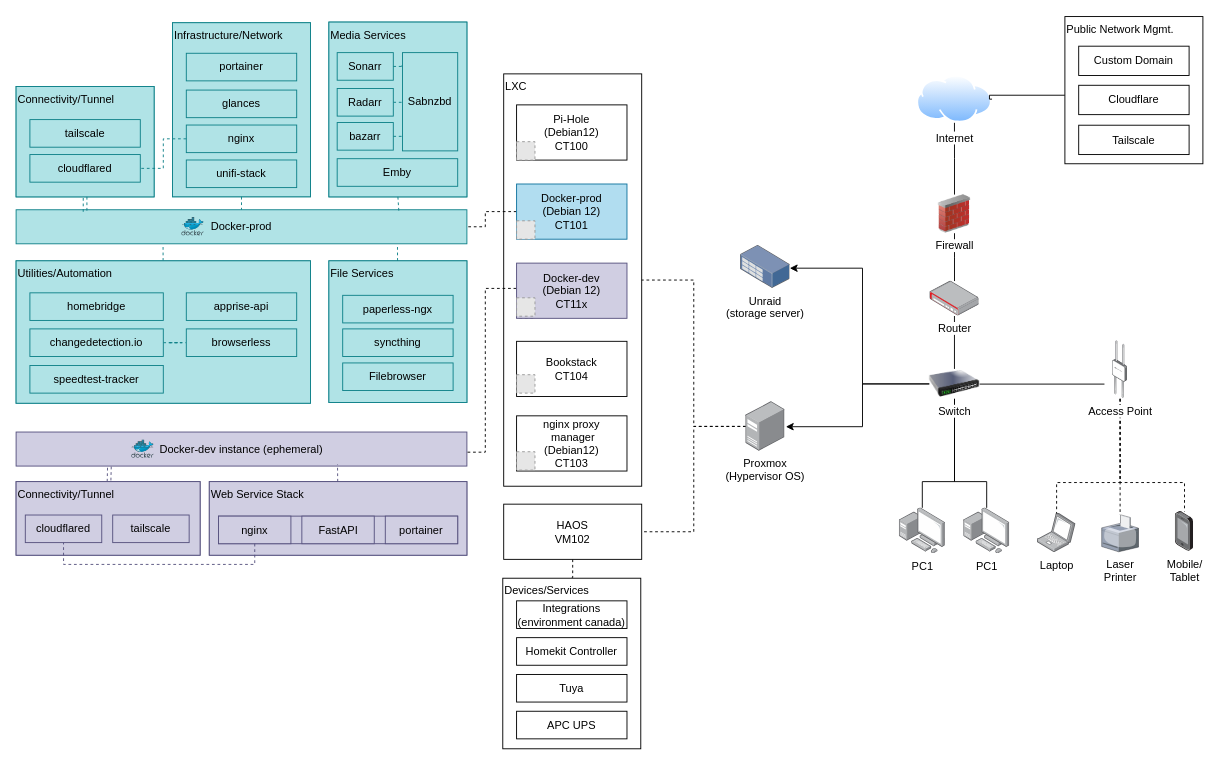
This is 92king_homelab.drawio from danieljai/homelab, a draw.io file, before an edit. Source tidied: cells renumbered, new cells numbered last; positions are measured from the earlier drawing's top-left corner, leaving out a move shared by most shapes. Both pictures are drawn from the tidied source at 92%, with x=0, y=0 at pixel (16, 16). Pictures stored in the file or linked from it are replaced by grey dashed boxes.
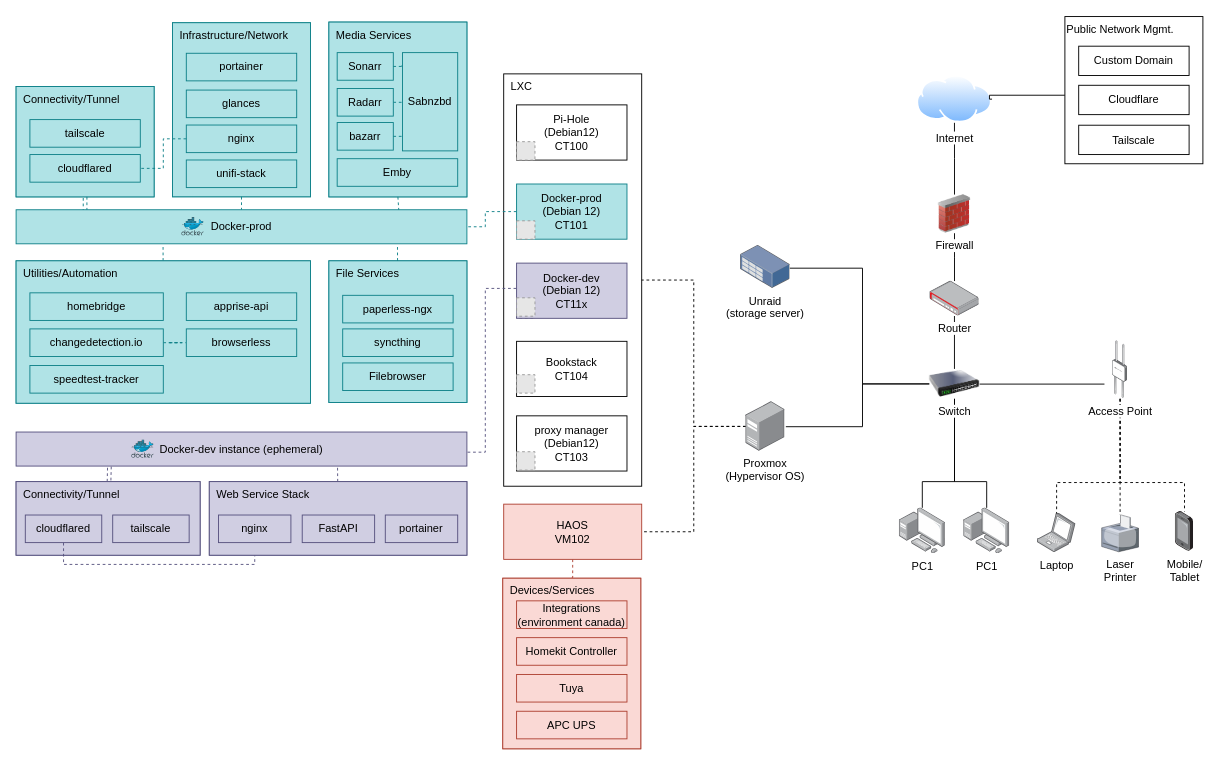
Above is the later version.

Unchanged cells that the change refers to:
```xml
<mxCell id="18" value="Switch" style="image;html=1;image=img/lib/clip_art/networking/Switch_128x128.png;" parent="1" vertex="1">
  <mxGeometry x="992.6" y="383.5" width="54.7" height="32.5" as="geometry" />
</mxCell>
<mxCell id="40" value="Proxmox&lt;div&gt;(Hypervisor OS)&lt;/div&gt;" style="image;points=[];html=1;align=center;shadow=0;dashed=0;image=img/lib/allied_telesis/computer_and_terminals/Server_Desktop.svg;" parent="1" vertex="1">
  <mxGeometry x="793.1" y="419" width="42.6" height="54" as="geometry" />
</mxCell>
<mxCell id="41" value="Unraid&lt;div&gt;(storage server)&lt;/div&gt;" style="image;points=[];html=1;align=center;shadow=0;dashed=0;image=img/lib/allied_telesis/storage/Datacenter_Server_Rack_Storage_Unit_Small.svg;" parent="1" vertex="1">
  <mxGeometry x="787.4" y="249.2" width="53.9" height="46.8" as="geometry" />
</mxCell>
<mxCell id="75" style="group;fillColor=#b0e3e6;strokeColor=#0e8088;" parent="1" vertex="1">
  <mxGeometry y="266" width="320" height="154.8" as="geometry" />
</mxCell>
<mxCell id="96" style="group;fillColor=#d0cee2;strokeColor=#56517e;" parent="1" vertex="1">
  <mxGeometry y="506" width="200" height="80" as="geometry" />
</mxCell>
```

Change to the diagram source:
```diff
@@
-    <mxCell id="2" value="LXC" style="rounded=0;whiteSpace=wrap;html=1;align=left;verticalAlign=top;" parent="1" vertex="1">
+    <mxCell id="2" value="LXC" style="rounded=0;whiteSpace=wrap;html=1;align=left;verticalAlign=top;spacingLeft=6;" parent="1" vertex="1">
       <mxGeometry x="530" y="62.8" width="150" height="448.2" as="geometry" />
     </mxCell>
-    <mxCell id="3" style="edgeStyle=orthogonalEdgeStyle;rounded=0;jettySize=auto;html=1;endArrow=none;startFill=0;dashed=1;exitX=0;exitY=0.5;exitDx=0;exitDy=0;" parent="1" edge="1" source="4" target="54">
+    <mxCell id="3" style="edgeStyle=orthogonalEdgeStyle;rounded=0;jettySize=auto;html=1;endArrow=none;startFill=0;dashed=1;exitX=0;exitY=0.5;exitDx=0;exitDy=0;fillColor=#b0e3e6;strokeColor=#0e8088;" parent="1" edge="1" source="4" target="54">
       <mxGeometry relative="1" as="geometry">
         <Array as="points">
           <mxPoint x="510" y="213" />
           <mxPoint x="510" y="229" />
         </Array>
       </mxGeometry>
     </mxCell>
-    <mxCell id="4" value="Docker-prod&lt;div&gt;(Debian 12)&lt;br&gt;&lt;div&gt;&lt;div&gt;CT101&lt;/div&gt;&lt;/div&gt;&lt;/div&gt;" style="rounded=0;whiteSpace=wrap;html=1;fillColor=#b1ddf0;strokeColor=#10739e;" parent="1" vertex="1">
+    <mxCell id="4" value="Docker-prod&lt;div&gt;(Debian 12)&lt;br&gt;&lt;div&gt;&lt;div&gt;CT101&lt;/div&gt;&lt;/div&gt;&lt;/div&gt;" style="rounded=0;whiteSpace=wrap;html=1;fillColor=#b0e3e6;strokeColor=#0e8088;" parent="1" vertex="1">
       <mxGeometry x="544" y="182.5" width="120" height="60" as="geometry" />
     </mxCell>
-    <mxCell id="5" style="edgeStyle=orthogonalEdgeStyle;rounded=0;jettySize=auto;html=1;entryX=0.5;entryY=0;entryDx=0;entryDy=0;endArrow=none;startFill=0;dashed=1;" parent="1" edge="1" source="6" target="43">
+    <mxCell id="5" style="edgeStyle=orthogonalEdgeStyle;rounded=0;jettySize=auto;html=1;entryX=0.5;entryY=0;entryDx=0;entryDy=0;endArrow=none;startFill=0;dashed=1;fillColor=#fad9d5;strokeColor=#ae4132;" parent="1" edge="1" source="6" target="43">
       <mxGeometry relative="1" as="geometry" />
     </mxCell>
-    <mxCell id="6" value="HAOS&lt;div&gt;VM102&lt;/div&gt;" style="rounded=0;whiteSpace=wrap;html=1;" parent="1" vertex="1">
+    <mxCell id="6" value="HAOS&lt;div&gt;VM102&lt;/div&gt;" style="rounded=0;whiteSpace=wrap;html=1;fillColor=#fad9d5;strokeColor=#ae4132;" parent="1" vertex="1">
       <mxGeometry x="530" y="530.5" width="150" height="60" as="geometry" />
     </mxCell>
@@
-    <mxCell id="9" value="nginx proxy&lt;br&gt;&amp;nbsp;manager&lt;div&gt;(Debian12)&lt;br&gt;&lt;div&gt;CT103&lt;/div&gt;&lt;/div&gt;" style="rounded=0;whiteSpace=wrap;html=1;" parent="1" vertex="1">
+    <mxCell id="9" value="proxy&amp;nbsp;manager&lt;div&gt;(Debian12)&lt;br&gt;&lt;div&gt;CT103&lt;/div&gt;&lt;/div&gt;" style="rounded=0;whiteSpace=wrap;html=1;" parent="1" vertex="1">
       <mxGeometry x="544" y="434.5" width="120" height="60" as="geometry" />
     </mxCell>
@@
-    <mxCell id="21" style="group;fillColor=#b0e3e6;strokeColor=#0e8088;" parent="1" vertex="1">
+    <mxCell id="21" style="group;fillColor=#b0e3e6;strokeColor=#0e8088;spacingLeft=6;" parent="1" vertex="1">
       <mxGeometry x="170" y="7.2" width="150" height="189.2" as="geometry" />
     </mxCell>
-    <mxCell id="22" value="Infrastructure/Network" style="rounded=0;whiteSpace=wrap;html=1;align=left;verticalAlign=top;fillColor=#b0e3e6;strokeColor=#0e8088;" parent="21" vertex="1">
+    <mxCell id="22" value="Infrastructure/Network" style="rounded=0;whiteSpace=wrap;html=1;align=left;verticalAlign=top;fillColor=#b0e3e6;strokeColor=#0e8088;spacingLeft=6;" parent="21" vertex="1">
       <mxGeometry width="150" height="189.2" as="geometry" />
     </mxCell>
@@
-    <mxCell id="27" style="group;fillColor=#b0e3e6;strokeColor=#0e8088;" parent="1" vertex="1">
+    <mxCell id="27" style="group;fillColor=#b0e3e6;strokeColor=#0e8088;spacingLeft=6;" parent="1" vertex="1">
       <mxGeometry y="76.5" width="150" height="120" as="geometry" />
     </mxCell>
-    <mxCell id="28" value="Connectivity/Tunnel" style="rounded=0;whiteSpace=wrap;html=1;align=left;verticalAlign=top;fillColor=#b0e3e6;strokeColor=#0e8088;" parent="27" vertex="1">
+    <mxCell id="28" value="Connectivity/Tunnel" style="rounded=0;whiteSpace=wrap;html=1;align=left;verticalAlign=top;fillColor=#b0e3e6;strokeColor=#0e8088;spacingLeft=6;" parent="27" vertex="1">
       <mxGeometry width="150" height="120" as="geometry" />
     </mxCell>
@@
-    <mxCell id="42" style="group;" parent="1" vertex="1">
+    <mxCell id="42" style="group;fillColor=#fad9d5;strokeColor=#ae4132;" parent="1" vertex="1">
       <mxGeometry x="529" y="611" width="150" height="185.4" as="geometry" />
     </mxCell>
-    <mxCell id="43" value="Devices/Services" style="rounded=0;whiteSpace=wrap;html=1;align=left;verticalAlign=top;" parent="42" vertex="1">
+    <mxCell id="43" value="Devices/Services" style="rounded=0;whiteSpace=wrap;html=1;align=left;verticalAlign=top;fillColor=#fad9d5;strokeColor=#ae4132;spacingLeft=6;" parent="42" vertex="1">
       <mxGeometry width="150" height="185.4" as="geometry" />
     </mxCell>
-    <mxCell id="44" value="APC UPS" style="rounded=0;whiteSpace=wrap;html=1;" parent="42" vertex="1">
+    <mxCell id="44" value="APC UPS" style="rounded=0;whiteSpace=wrap;html=1;fillColor=#fad9d5;strokeColor=#ae4132;" parent="42" vertex="1">
       <mxGeometry x="15" y="144.6" width="120" height="30" as="geometry" />
     </mxCell>
-    <mxCell id="45" value="Tuya" style="rounded=0;whiteSpace=wrap;html=1;" parent="42" vertex="1">
+    <mxCell id="45" value="Tuya" style="rounded=0;whiteSpace=wrap;html=1;fillColor=#fad9d5;strokeColor=#ae4132;" parent="42" vertex="1">
       <mxGeometry x="15" y="104.6" width="120" height="30" as="geometry" />
     </mxCell>
-    <mxCell id="46" value="Homekit Controller" style="rounded=0;whiteSpace=wrap;html=1;" parent="42" vertex="1">
+    <mxCell id="46" value="Homekit Controller" style="rounded=0;whiteSpace=wrap;html=1;fillColor=#fad9d5;strokeColor=#ae4132;" parent="42" vertex="1">
       <mxGeometry x="15" y="64.6" width="120" height="30" as="geometry" />
     </mxCell>
-    <mxCell id="47" value="Integrations&lt;div&gt;(environment canada)&lt;/div&gt;" style="rounded=0;whiteSpace=wrap;html=1;" parent="42" vertex="1">
+    <mxCell id="47" value="Integrations&lt;div&gt;(environment canada)&lt;/div&gt;" style="rounded=0;whiteSpace=wrap;html=1;fillColor=#fad9d5;strokeColor=#ae4132;" parent="42" vertex="1">
       <mxGeometry x="15" y="24.6" width="120" height="30" as="geometry" />
     </mxCell>
@@
-    <mxCell id="54" value="Docker-prod" style="rounded=0;whiteSpace=wrap;html=1;fillColor=#b0e3e6;strokeColor=#0e8088;" parent="1" vertex="1">
-      <mxGeometry y="210.5" width="490" height="37" as="geometry" />
-    </mxCell>
-    <mxCell id="55" style="group;fillColor=#b0e3e6;strokeColor=#0e8088;" parent="1" vertex="1">
+    <mxCell id="55" style="group;fillColor=#b0e3e6;strokeColor=#0e8088;spacingLeft=6;" parent="1" vertex="1">
       <mxGeometry x="340" y="6.5" width="150" height="190" as="geometry" />
     </mxCell>
-    <mxCell id="56" value="Media Services" style="rounded=0;whiteSpace=wrap;html=1;align=left;verticalAlign=top;fillColor=#b0e3e6;strokeColor=#0e8088;" parent="55" vertex="1">
+    <mxCell id="56" value="Media Services" style="rounded=0;whiteSpace=wrap;html=1;align=left;verticalAlign=top;fillColor=#b0e3e6;strokeColor=#0e8088;spacingLeft=6;" parent="55" vertex="1">
       <mxGeometry width="150" height="190" as="geometry" />
     </mxCell>
@@
-    <mxCell id="65" style="group;fillColor=#b0e3e6;strokeColor=#0e8088;" parent="1" vertex="1">
+    <mxCell id="65" style="group;fillColor=#b0e3e6;strokeColor=#0e8088;spacingLeft=6;" parent="1" vertex="1">
       <mxGeometry x="340" y="266" width="150" height="154" as="geometry" />
     </mxCell>
-    <mxCell id="66" value="File Services" style="rounded=0;whiteSpace=wrap;html=1;align=left;verticalAlign=top;fillColor=#b0e3e6;strokeColor=#0e8088;" parent="65" vertex="1">
+    <mxCell id="66" value="File Services" style="rounded=0;whiteSpace=wrap;html=1;align=left;verticalAlign=top;fillColor=#b0e3e6;strokeColor=#0e8088;spacingLeft=6;" parent="65" vertex="1">
       <mxGeometry width="150" height="154" as="geometry" />
     </mxCell>
@@
-    <mxCell id="76" value="Utilities/Automation" style="rounded=0;whiteSpace=wrap;html=1;align=left;verticalAlign=top;fillColor=#b0e3e6;strokeColor=#0e8088;" parent="75" vertex="1">
+    <mxCell id="76" value="Utilities/Automation" style="rounded=0;whiteSpace=wrap;html=1;align=left;verticalAlign=top;fillColor=#b0e3e6;strokeColor=#0e8088;spacingLeft=6;" parent="75" vertex="1">
       <mxGeometry width="320" height="154.8" as="geometry" />
     </mxCell>
@@
-    <mxCell id="83" style="image;sketch=0;html=1;align=center;fontSize=12;image=img/lib/mscae/Docker.svg;fillColor=#b0e3e6;strokeColor=#0e8088;" parent="1" vertex="1">
-      <mxGeometry x="180" y="219" width="24.4" height="20" as="geometry" />
-    </mxCell>
-    <mxCell id="84" value="Docker-dev instance (ephemeral)" style="rounded=0;whiteSpace=wrap;html=1;fillColor=#d0cee2;strokeColor=#56517e;" parent="1" vertex="1">
-      <mxGeometry y="452.1" width="490" height="37" as="geometry" />
-    </mxCell>
-    <mxCell id="85" style="image;sketch=0;html=1;align=center;fontSize=12;image=img/lib/mscae/Docker.svg;fillColor=#d0cee2;strokeColor=#56517e;" parent="1" vertex="1">
-      <mxGeometry x="125.6" y="460.6" width="24.4" height="20" as="geometry" />
-    </mxCell>
-    <mxCell id="86" style="group;fillColor=#d0cee2;strokeColor=#56517e;" parent="1" vertex="1">
-      <mxGeometry x="210" y="506" width="280" height="80" as="geometry" />
-    </mxCell>
-    <mxCell id="87" value="Web Service Stack" style="rounded=0;whiteSpace=wrap;html=1;align=left;verticalAlign=top;fillColor=#d0cee2;strokeColor=#56517e;" parent="86" vertex="1">
-      <mxGeometry width="280" height="80" as="geometry" />
-    </mxCell>
-    <mxCell id="88" style="group;fillColor=#d0cee2;strokeColor=#56517e;" parent="86" vertex="1">
-      <mxGeometry x="10" y="37.5" width="260" height="30" as="geometry" />
-    </mxCell>
-    <mxCell id="89" value="nginx" style="rounded=0;whiteSpace=wrap;html=1;fillColor=#d0cee2;strokeColor=#56517e;" parent="88" vertex="1">
-      <mxGeometry width="78.7" height="30" as="geometry" />
-    </mxCell>
-    <mxCell id="90" value="FastAPI" style="rounded=0;whiteSpace=wrap;html=1;fillColor=#d0cee2;strokeColor=#56517e;" parent="88" vertex="1">
-      <mxGeometry x="90.6" width="78.7" height="30" as="geometry" />
-    </mxCell>
-    <mxCell id="91" value="portainer" style="rounded=0;whiteSpace=wrap;html=1;fillColor=#d0cee2;strokeColor=#56517e;" parent="88" vertex="1">
-      <mxGeometry x="181.3" width="78.7" height="30" as="geometry" />
-    </mxCell>
@@
-    <mxCell id="95" style="edgeStyle=orthogonalEdgeStyle;rounded=0;jettySize=auto;html=1;dashed=1;endArrow=none;startFill=0;exitX=0;exitY=0.5;exitDx=0;exitDy=0;" parent="1" edge="1" target="84">
+    <mxCell id="95" style="edgeStyle=orthogonalEdgeStyle;rounded=0;jettySize=auto;html=1;dashed=1;endArrow=none;startFill=0;exitX=0;exitY=0.5;exitDx=0;exitDy=0;fillColor=#d0cee2;strokeColor=#56517e;" parent="1" edge="1" target="84">
       <mxGeometry relative="1" as="geometry">
         <mxPoint x="553" y="298.7" as="sourcePoint" />
         <Array as="points">
           <mxPoint x="553" y="296" />
           <mxPoint x="510" y="296" />
           <mxPoint x="510" y="474" />
         </Array>
       </mxGeometry>
     </mxCell>
@@
-    <mxCell id="97" value="Connectivity/Tunnel" style="rounded=0;whiteSpace=wrap;html=1;align=left;verticalAlign=top;fillColor=#d0cee2;strokeColor=#56517e;" parent="96" vertex="1">
+    <mxCell id="97" value="Connectivity/Tunnel" style="rounded=0;whiteSpace=wrap;html=1;align=left;verticalAlign=top;fillColor=#d0cee2;strokeColor=#56517e;spacingLeft=6;" parent="96" vertex="1">
       <mxGeometry width="200" height="80" as="geometry" />
     </mxCell>
@@
-    <mxCell id="110" style="edgeStyle=orthogonalEdgeStyle;rounded=0;jettySize=auto;html=1;entryX=0.994;entryY=0.53;entryDx=0;entryDy=0;entryPerimeter=0;" parent="1" edge="1" source="18" target="41">
+    <mxCell id="110" style="edgeStyle=orthogonalEdgeStyle;rounded=0;jettySize=auto;html=1;entryX=0.994;entryY=0.53;entryDx=0;entryDy=0;entryPerimeter=0;endArrow=none;startFill=0;" parent="1" edge="1" source="18" target="41">
       <mxGeometry relative="1" as="geometry">
         <Array as="points">
           <mxPoint x="920" y="400" />
           <mxPoint x="920" y="274" />
         </Array>
       </mxGeometry>
     </mxCell>
-    <mxCell id="111" style="edgeStyle=orthogonalEdgeStyle;rounded=0;jettySize=auto;html=1;entryX=1.023;entryY=0.506;entryDx=0;entryDy=0;entryPerimeter=0;" parent="1" edge="1" source="18" target="40">
+    <mxCell id="111" style="edgeStyle=orthogonalEdgeStyle;rounded=0;jettySize=auto;html=1;entryX=1.023;entryY=0.506;entryDx=0;entryDy=0;entryPerimeter=0;endArrow=none;startFill=0;" parent="1" edge="1" source="18" target="40">
       <mxGeometry relative="1" as="geometry">
         <Array as="points">
           <mxPoint x="920" y="400" />
           <mxPoint x="920" y="446" />
         </Array>
       </mxGeometry>
     </mxCell>
+    <mxCell id="112" style="group;" parent="1" vertex="1">
+      <mxGeometry y="210.5" width="490" height="37" as="geometry" />
+    </mxCell>
+    <mxCell id="54" value="Docker-prod" style="rounded=0;whiteSpace=wrap;html=1;fillColor=#b0e3e6;strokeColor=#0e8088;" parent="112" vertex="1">
+      <mxGeometry width="490" height="37" as="geometry" />
+    </mxCell>
+    <mxCell id="83" style="image;sketch=0;html=1;align=center;fontSize=12;image=img/lib/mscae/Docker.svg;fillColor=#b0e3e6;strokeColor=#0e8088;" parent="112" vertex="1">
+      <mxGeometry x="180" y="8.5" width="24.4" height="20" as="geometry" />
+    </mxCell>
+    <mxCell id="113" style="group;" parent="1" vertex="1">
+      <mxGeometry y="452.1" width="490" height="37" as="geometry" />
+    </mxCell>
+    <mxCell id="84" value="Docker-dev instance (ephemeral)" style="rounded=0;whiteSpace=wrap;html=1;fillColor=#d0cee2;strokeColor=#56517e;" parent="113" vertex="1">
+      <mxGeometry width="490" height="37" as="geometry" />
+    </mxCell>
+    <mxCell id="85" style="image;sketch=0;html=1;align=center;fontSize=12;image=img/lib/mscae/Docker.svg;fillColor=#d0cee2;strokeColor=#56517e;" parent="113" vertex="1">
+      <mxGeometry x="125.6" y="8.5" width="24.4" height="20" as="geometry" />
+    </mxCell>
+    <mxCell id="114" style="group;textShadow=0;labelBorderColor=none;" parent="1" vertex="1">
+      <mxGeometry x="210" y="506" width="280" height="80" as="geometry" />
+    </mxCell>
+    <mxCell id="86" style="group;fillColor=#d0cee2;strokeColor=#56517e;" parent="114" vertex="1">
+      <mxGeometry width="280" height="80" as="geometry" />
+    </mxCell>
+    <mxCell id="87" value="Web Service Stack" style="rounded=0;whiteSpace=wrap;html=1;align=left;verticalAlign=top;fillColor=#d0cee2;strokeColor=#56517e;spacingLeft=6;" parent="114" vertex="1">
+      <mxGeometry width="280" height="80" as="geometry" />
+    </mxCell>
+    <mxCell id="89" value="nginx" style="rounded=0;whiteSpace=wrap;html=1;fillColor=#d0cee2;strokeColor=#56517e;" parent="114" vertex="1">
+      <mxGeometry x="10" y="36.3" width="78.7" height="30" as="geometry" />
+    </mxCell>
+    <mxCell id="90" value="FastAPI" style="rounded=0;whiteSpace=wrap;html=1;fillColor=#d0cee2;strokeColor=#56517e;" parent="114" vertex="1">
+      <mxGeometry x="101" y="36.3" width="78.7" height="30" as="geometry" />
+    </mxCell>
+    <mxCell id="91" value="portainer" style="rounded=0;whiteSpace=wrap;html=1;fillColor=#d0cee2;strokeColor=#56517e;" parent="114" vertex="1">
+      <mxGeometry x="191.3" y="36.3" width="78.7" height="30" as="geometry" />
+    </mxCell>
```
